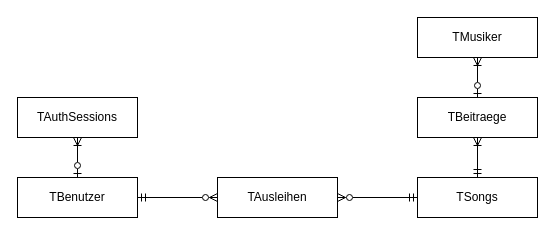
Above: diagrams/ERM.drawio in luishutterli/jukestack (draw.io), before the change. Source tidied: cells renumbered, new cells numbered last; positions are measured from the earlier drawing's top-left corner, leaving out a move shared by most shapes. Both pictures are drawn from the tidied source at 100%, with x=0, y=0 at pixel (17, 17).
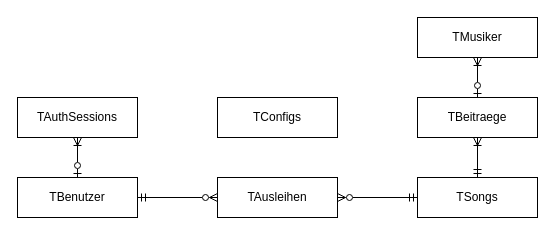
The same diagram, later.

Commit message (it also covers changes not shown here):
updated schema and created sql script

What changed in the source:
```diff
@@
 <mxGraphModel>
   <root>
     <mxCell id="0" />
     <mxCell id="1" parent="0" />
     <mxCell id="2" value="TBenutzer" style="rounded=0;whiteSpace=wrap;html=1;" parent="1" vertex="1">
       <mxGeometry y="160" width="120" height="40" as="geometry" />
     </mxCell>
     <mxCell id="3" value="TSongs" style="rounded=0;whiteSpace=wrap;html=1;" parent="1" vertex="1">
       <mxGeometry x="400" y="160" width="120" height="40" as="geometry" />
     </mxCell>
     <mxCell id="4" value="TAusleihen" style="rounded=0;whiteSpace=wrap;html=1;" parent="1" vertex="1">
       <mxGeometry x="200" y="160" width="120" height="40" as="geometry" />
     </mxCell>
     <mxCell id="5" style="edgeStyle=orthogonalEdgeStyle;rounded=0;jettySize=auto;html=1;exitX=1;exitY=0.5;exitDx=0;exitDy=0;entryX=0;entryY=0.5;entryDx=0;entryDy=0;endArrow=ERzeroToMany;endFill=0;startArrow=ERmandOne;startFill=0;" parent="1" edge="1" source="2" target="4">
       <mxGeometry relative="1" as="geometry" />
     </mxCell>
     <mxCell id="6" style="edgeStyle=orthogonalEdgeStyle;rounded=0;jettySize=auto;html=1;exitX=0;exitY=0.5;exitDx=0;exitDy=0;endArrow=ERzeroToMany;endFill=0;startArrow=ERmandOne;startFill=0;" parent="1" edge="1" source="3">
       <mxGeometry relative="1" as="geometry">
         <mxPoint x="320" y="180" as="targetPoint" />
       </mxGeometry>
     </mxCell>
     <mxCell id="7" style="edgeStyle=none;html=1;exitX=0.5;exitY=1;exitDx=0;exitDy=0;entryX=0.5;entryY=0;entryDx=0;entryDy=0;endArrow=ERzeroToOne;endFill=0;startArrow=ERoneToMany;startFill=0;" parent="1" edge="1" source="8" target="2">
       <mxGeometry relative="1" as="geometry" />
     </mxCell>
     <mxCell id="8" value="TAuthSessions" style="rounded=0;whiteSpace=wrap;html=1;" parent="1" vertex="1">
       <mxGeometry y="80" width="120" height="40" as="geometry" />
     </mxCell>
     <mxCell id="9" style="edgeStyle=none;html=1;exitX=0.5;exitY=1;exitDx=0;exitDy=0;entryX=0.5;entryY=0;entryDx=0;entryDy=0;startArrow=ERoneToMany;startFill=0;endArrow=ERzeroToOne;endFill=0;" parent="1" edge="1" source="10" target="12">
       <mxGeometry relative="1" as="geometry" />
     </mxCell>
     <mxCell id="10" value="TMusiker" style="rounded=0;whiteSpace=wrap;html=1;" parent="1" vertex="1">
       <mxGeometry x="400" width="120" height="40" as="geometry" />
     </mxCell>
     <mxCell id="11" style="edgeStyle=none;html=1;exitX=0.5;exitY=1;exitDx=0;exitDy=0;entryX=0.5;entryY=0;entryDx=0;entryDy=0;startArrow=ERoneToMany;startFill=0;endArrow=ERmandOne;endFill=0;" parent="1" edge="1" source="12" target="3">
       <mxGeometry relative="1" as="geometry" />
     </mxCell>
     <mxCell id="12" value="TBeitraege" style="rounded=0;whiteSpace=wrap;html=1;" parent="1" vertex="1">
       <mxGeometry x="400" y="80" width="120" height="40" as="geometry" />
     </mxCell>
+    <mxCell id="13" value="TConfigs" style="rounded=0;whiteSpace=wrap;html=1;" parent="1" vertex="1">
+      <mxGeometry x="200" y="80" width="120" height="40" as="geometry" />
+    </mxCell>
   </root>
 </mxGraphModel>
```
